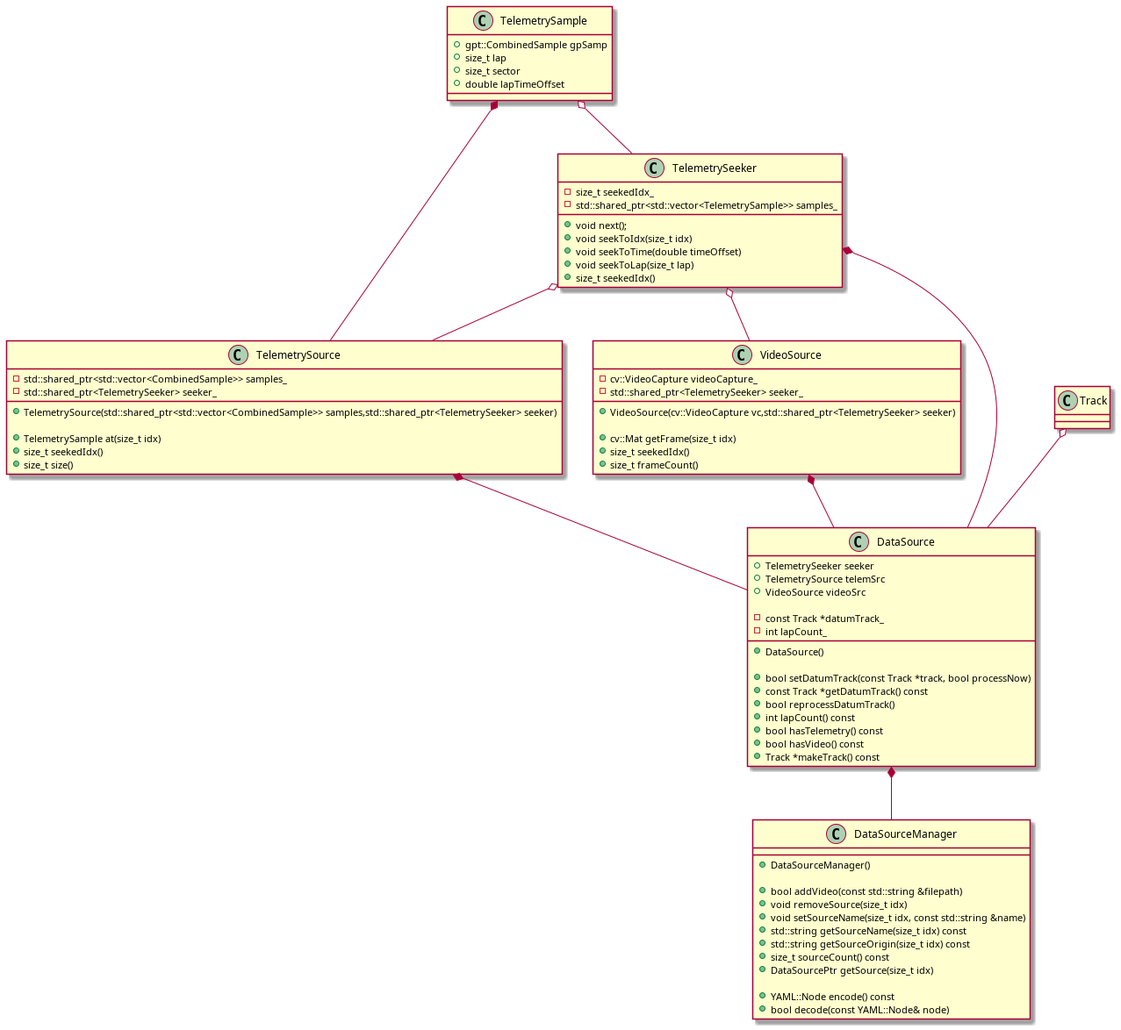
Earlier version of the PlantUML export docs/plantuml_imgs/dataSourceClasses.png (hankedan000/gopro-overlay).
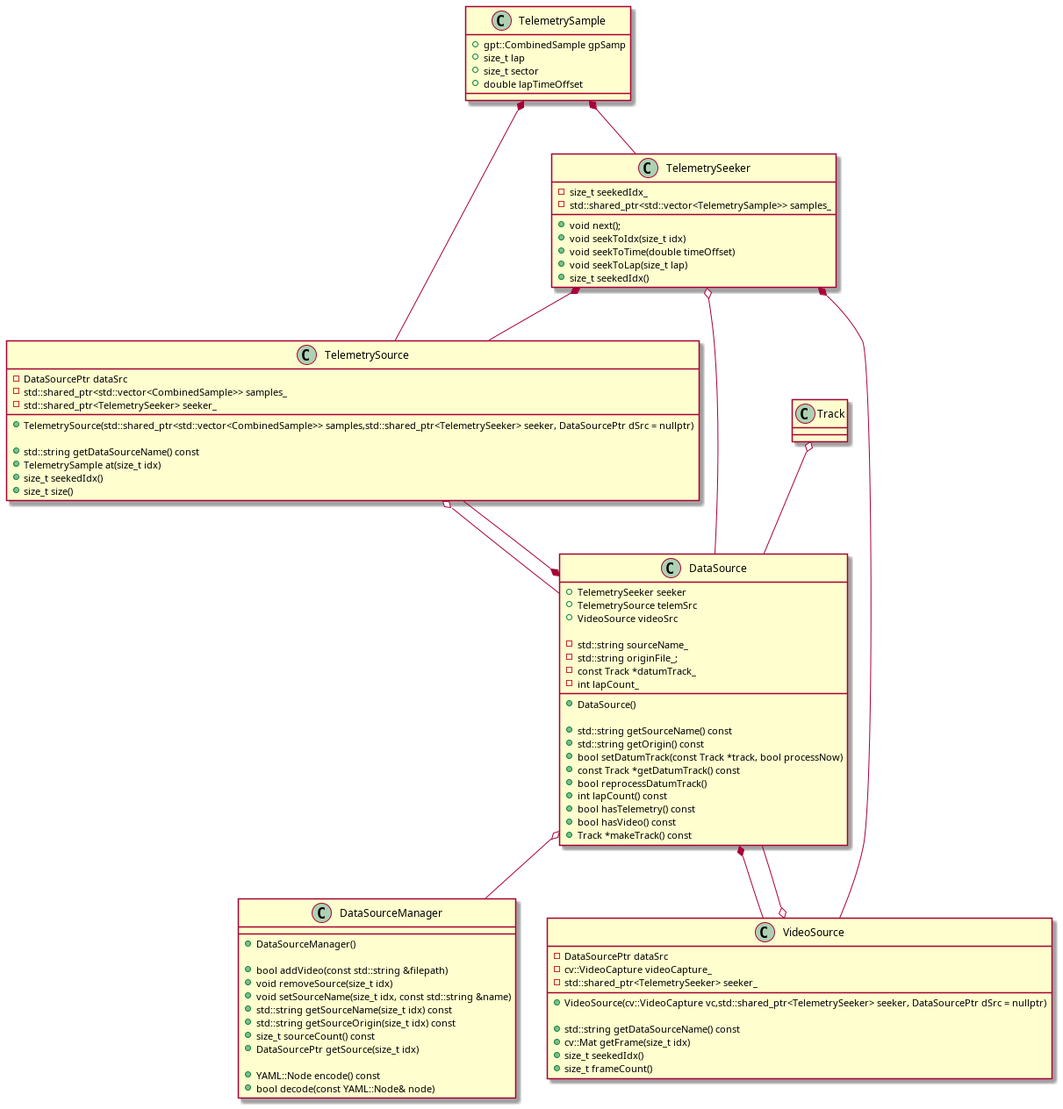
Later version of the same file.

Commit message:
Allows source origin name lookup in Video & Telemetry source classes

Diff of the diagram source:
```diff
@@ -19,23 +19,27 @@
 }
 
 class TelemetrySource {
-	+TelemetrySource(std::shared_ptr<std::vector<CombinedSample>> samples,std::shared_ptr<TelemetrySeeker> seeker)
+	+TelemetrySource(std::shared_ptr<std::vector<CombinedSample>> samples,std::shared_ptr<TelemetrySeeker> seeker, DataSourcePtr dSrc = nullptr)
 
+	+std::string getDataSourceName() const
 	+TelemetrySample at(size_t idx)
 	+size_t seekedIdx()
 	+size_t size()
 
+	-DataSourcePtr dataSrc
 	-std::shared_ptr<std::vector<CombinedSample>> samples_
 	-std::shared_ptr<TelemetrySeeker> seeker_
 }
 
 class VideoSource {
-	+VideoSource(cv::VideoCapture vc,std::shared_ptr<TelemetrySeeker> seeker)
+	+VideoSource(cv::VideoCapture vc,std::shared_ptr<TelemetrySeeker> seeker, DataSourcePtr dSrc = nullptr)
 
+	+std::string getDataSourceName() const
 	+cv::Mat getFrame(size_t idx)
 	+size_t seekedIdx()
 	+size_t frameCount()
 
+	-DataSourcePtr dataSrc
 	-cv::VideoCapture videoCapture_
 	-std::shared_ptr<TelemetrySeeker> seeker_
 }
@@ -43,6 +47,8 @@
 class DataSource {
 	+DataSource()
 
+	+std::string getSourceName() const
+	+std::string getOrigin() const
 	+bool setDatumTrack(const Track *track, bool processNow)
 	+const Track *getDatumTrack() const
 	+bool reprocessDatumTrack()
@@ -55,6 +61,8 @@
 	+TelemetrySource telemSrc
 	+VideoSource videoSrc
 
+	-std::string sourceName_
+	-std::string originFile_;
 	-const Track *datumTrack_
 	-int lapCount_
 }
@@ -75,15 +83,17 @@
 }
 
 TelemetrySample *-- TelemetrySource
-TelemetrySample o-- TelemetrySeeker
-TelemetrySeeker o-- TelemetrySource
-TelemetrySeeker o-- VideoSource
+TelemetrySample *-- TelemetrySeeker
+TelemetrySeeker *-- TelemetrySource
+TelemetrySeeker *-- VideoSource
+DataSource *-- TelemetrySource
+DataSource *-- VideoSource
 
-TelemetrySeeker *-- DataSource
-TelemetrySource *-- DataSource
-VideoSource *-- DataSource
+TelemetrySeeker o-- DataSource
+TelemetrySource o-- DataSource
+VideoSource o-- DataSource
 Track o-- DataSource
 
-DataSource *-- DataSourceManager
+DataSource o-- DataSourceManager
 
 @enduml
```
